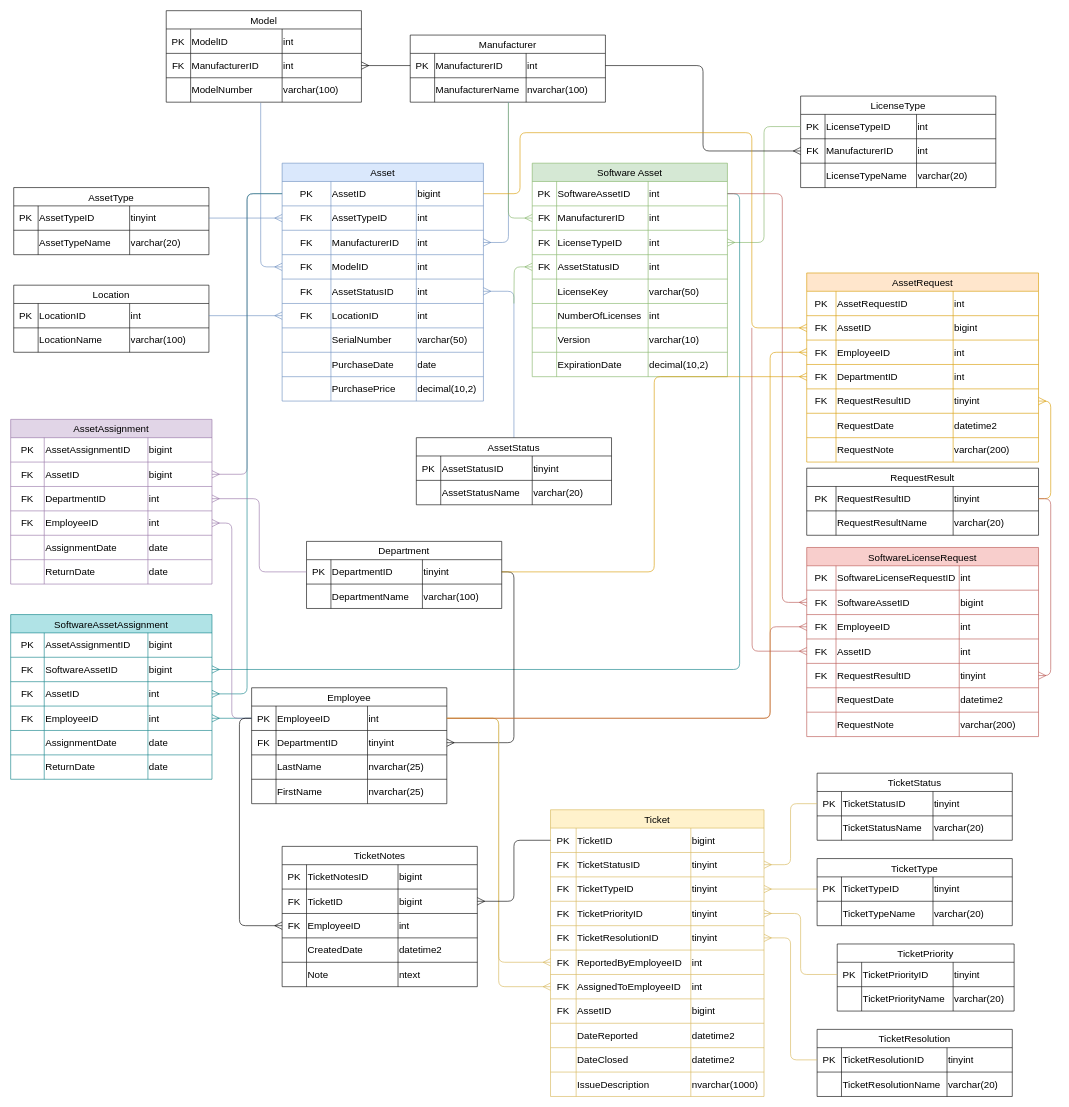
TRed91/ITAssetTracking keeps this draw.io diagram as Wireframes/ERD.drawio. Above is the earlier version. Source tidied: cells renumbered, new cells numbered last; positions are measured from the earlier drawing's top-left corner, leaving out a move shared by most shapes. Both pictures are drawn from the tidied source at 61%, with x=0, y=0 at pixel (10, 10).
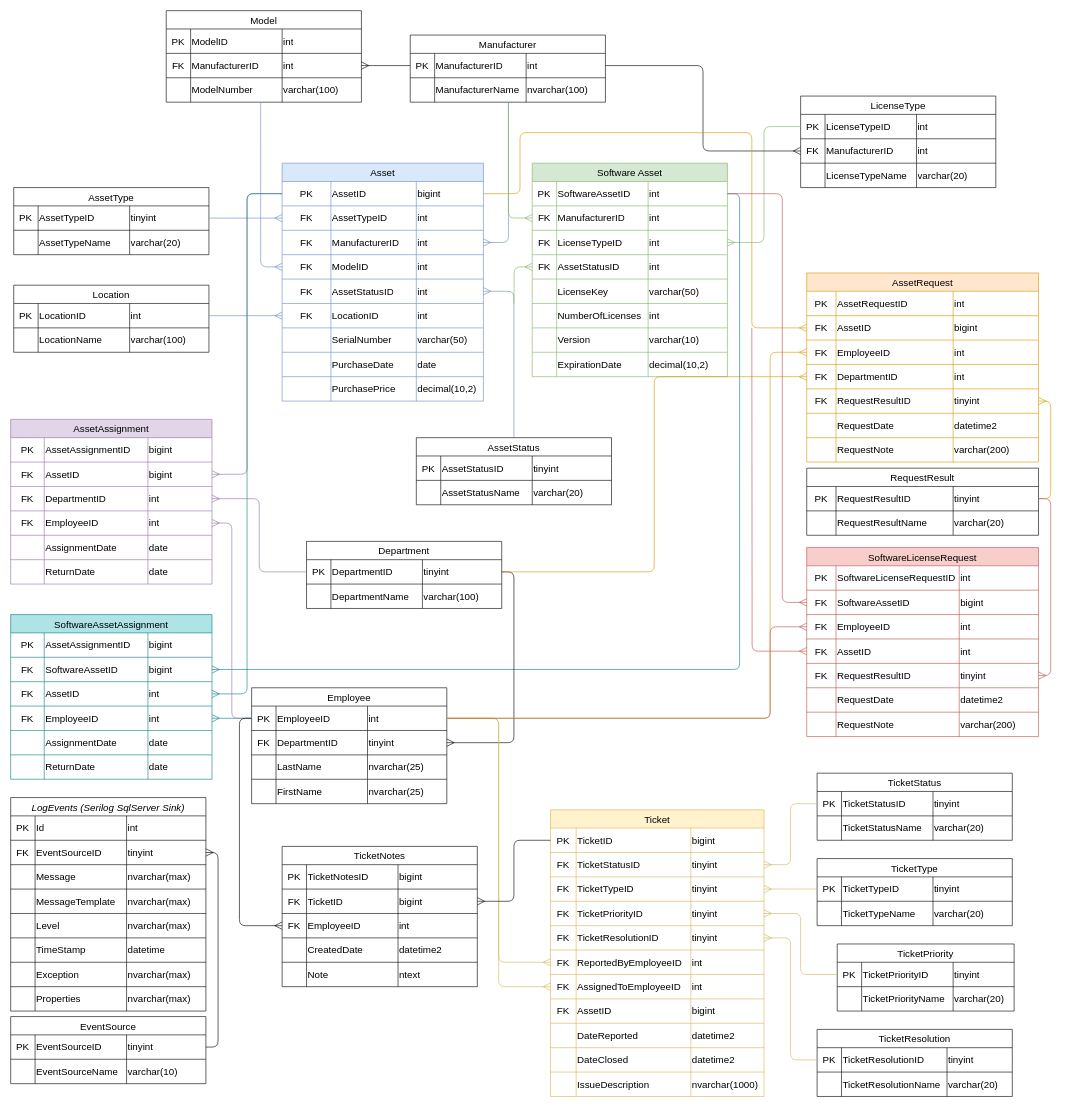
After the change.

Diff of the diagram source:
```diff
@@
+    <mxCell id="412" value="LogEvents (Serilog SqlServer Sink)" style="shape=table;startSize=30;childLayout=tableLayout;strokeColor=default;fontSize=16;fontStyle=2;" parent="1" vertex="1">
+      <mxGeometry y="1290" width="320" height="350" as="geometry" />
+    </mxCell>
+    <mxCell id="413" style="shape=tableRow;horizontal=0;startSize=0;swimlaneHead=0;swimlaneBody=0;strokeColor=inherit;top=0;left=0;bottom=0;right=0;fillColor=none;fontSize=16;" parent="412" vertex="1">
+      <mxGeometry y="30" width="320" height="40" as="geometry" />
+    </mxCell>
+    <mxCell id="414" value="PK" style="shape=partialRectangle;html=1;whiteSpace=wrap;strokeColor=inherit;overflow=hidden;fillColor=none;top=0;left=0;bottom=0;right=0;fontSize=16;" parent="413" vertex="1">
+      <mxGeometry width="40" height="40" as="geometry" />
+    </mxCell>
+    <mxCell id="415" value="Id" style="shape=partialRectangle;html=1;whiteSpace=wrap;strokeColor=inherit;overflow=hidden;fillColor=none;top=0;left=0;bottom=0;right=0;fontSize=16;align=left;" parent="413" vertex="1">
+      <mxGeometry x="40" width="150" height="40" as="geometry" />
+    </mxCell>
+    <mxCell id="416" value="int" style="shape=partialRectangle;html=1;whiteSpace=wrap;strokeColor=inherit;overflow=hidden;fillColor=none;top=0;left=0;bottom=0;right=0;fontSize=16;align=left;" parent="413" vertex="1">
+      <mxGeometry x="190" width="130" height="40" as="geometry" />
+    </mxCell>
+    <mxCell id="417" style="shape=tableRow;horizontal=0;startSize=0;swimlaneHead=0;swimlaneBody=0;strokeColor=inherit;top=0;left=0;bottom=0;right=0;fillColor=none;points=[[0,0.5],[1,0.5]];portConstraint=eastwest;fontSize=16;" parent="412" vertex="1">
+      <mxGeometry y="70" width="320" height="40" as="geometry" />
+    </mxCell>
+    <mxCell id="418" value="FK" style="shape=partialRectangle;html=1;whiteSpace=wrap;strokeColor=inherit;overflow=hidden;fillColor=none;top=0;left=0;bottom=0;right=0;fontSize=16;" parent="417" vertex="1">
+      <mxGeometry width="40" height="40" as="geometry" />
+    </mxCell>
+    <mxCell id="419" value="EventSourceID" style="shape=partialRectangle;html=1;whiteSpace=wrap;strokeColor=inherit;overflow=hidden;fillColor=none;top=0;left=0;bottom=0;right=0;fontSize=16;align=left;" parent="417" vertex="1">
+      <mxGeometry x="40" width="150" height="40" as="geometry" />
+    </mxCell>
+    <mxCell id="420" value="tinyint" style="shape=partialRectangle;html=1;whiteSpace=wrap;strokeColor=inherit;overflow=hidden;fillColor=none;top=0;left=0;bottom=0;right=0;fontSize=16;align=left;" parent="417" vertex="1">
+      <mxGeometry x="190" width="130" height="40" as="geometry" />
+    </mxCell>
+    <mxCell id="421" style="shape=tableRow;horizontal=0;startSize=0;swimlaneHead=0;swimlaneBody=0;strokeColor=inherit;top=0;left=0;bottom=0;right=0;fillColor=none;fontSize=16;" parent="412" vertex="1">
+      <mxGeometry y="110" width="320" height="40" as="geometry" />
+    </mxCell>
+    <mxCell id="422" style="shape=partialRectangle;html=1;whiteSpace=wrap;strokeColor=inherit;overflow=hidden;fillColor=none;top=0;left=0;bottom=0;right=0;fontSize=16;" parent="421" vertex="1">
+      <mxGeometry width="40" height="40" as="geometry" />
+    </mxCell>
+    <mxCell id="423" value="Message" style="shape=partialRectangle;html=1;whiteSpace=wrap;strokeColor=inherit;overflow=hidden;fillColor=none;top=0;left=0;bottom=0;right=0;fontSize=16;align=left;" parent="421" vertex="1">
+      <mxGeometry x="40" width="150" height="40" as="geometry" />
+    </mxCell>
+    <mxCell id="424" value="nvarchar(max)" style="shape=partialRectangle;html=1;whiteSpace=wrap;strokeColor=inherit;overflow=hidden;fillColor=none;top=0;left=0;bottom=0;right=0;fontSize=16;align=left;" parent="421" vertex="1">
+      <mxGeometry x="190" width="130" height="40" as="geometry" />
+    </mxCell>
+    <mxCell id="425" style="shape=tableRow;horizontal=0;startSize=0;swimlaneHead=0;swimlaneBody=0;strokeColor=inherit;top=0;left=0;bottom=0;right=0;fillColor=none;fontSize=16;" parent="412" vertex="1">
+      <mxGeometry y="150" width="320" height="40" as="geometry" />
+    </mxCell>
+    <mxCell id="426" style="shape=partialRectangle;html=1;whiteSpace=wrap;strokeColor=inherit;overflow=hidden;fillColor=none;top=0;left=0;bottom=0;right=0;fontSize=16;" parent="425" vertex="1">
+      <mxGeometry width="40" height="40" as="geometry" />
+    </mxCell>
+    <mxCell id="427" value="MessageTemplate" style="shape=partialRectangle;html=1;whiteSpace=wrap;strokeColor=inherit;overflow=hidden;fillColor=none;top=0;left=0;bottom=0;right=0;fontSize=16;align=left;" parent="425" vertex="1">
+      <mxGeometry x="40" width="150" height="40" as="geometry" />
+    </mxCell>
+    <mxCell id="428" value="nvarchar(max)" style="shape=partialRectangle;html=1;whiteSpace=wrap;strokeColor=inherit;overflow=hidden;fillColor=none;top=0;left=0;bottom=0;right=0;fontSize=16;align=left;" parent="425" vertex="1">
+      <mxGeometry x="190" width="130" height="40" as="geometry" />
+    </mxCell>
+    <mxCell id="429" style="shape=tableRow;horizontal=0;startSize=0;swimlaneHead=0;swimlaneBody=0;strokeColor=inherit;top=0;left=0;bottom=0;right=0;fillColor=none;fontSize=16;" parent="412" vertex="1">
+      <mxGeometry y="190" width="320" height="40" as="geometry" />
+    </mxCell>
+    <mxCell id="430" style="shape=partialRectangle;html=1;whiteSpace=wrap;strokeColor=inherit;overflow=hidden;fillColor=none;top=0;left=0;bottom=0;right=0;fontSize=16;" parent="429" vertex="1">
+      <mxGeometry width="40" height="40" as="geometry" />
+    </mxCell>
+    <mxCell id="431" value="Level" style="shape=partialRectangle;html=1;whiteSpace=wrap;strokeColor=inherit;overflow=hidden;fillColor=none;top=0;left=0;bottom=0;right=0;fontSize=16;align=left;" parent="429" vertex="1">
+      <mxGeometry x="40" width="150" height="40" as="geometry" />
+    </mxCell>
+    <mxCell id="432" value="nvarchar(max)" style="shape=partialRectangle;html=1;whiteSpace=wrap;strokeColor=inherit;overflow=hidden;fillColor=none;top=0;left=0;bottom=0;right=0;fontSize=16;align=left;" parent="429" vertex="1">
+      <mxGeometry x="190" width="130" height="40" as="geometry" />
+    </mxCell>
+    <mxCell id="433" style="shape=tableRow;horizontal=0;startSize=0;swimlaneHead=0;swimlaneBody=0;strokeColor=inherit;top=0;left=0;bottom=0;right=0;fillColor=none;fontSize=16;" parent="412" vertex="1">
+      <mxGeometry y="230" width="320" height="40" as="geometry" />
+    </mxCell>
+    <mxCell id="434" style="shape=partialRectangle;html=1;whiteSpace=wrap;strokeColor=inherit;overflow=hidden;fillColor=none;top=0;left=0;bottom=0;right=0;fontSize=16;" parent="433" vertex="1">
+      <mxGeometry width="40" height="40" as="geometry" />
+    </mxCell>
+    <mxCell id="435" value="TimeStamp" style="shape=partialRectangle;html=1;whiteSpace=wrap;strokeColor=inherit;overflow=hidden;fillColor=none;top=0;left=0;bottom=0;right=0;fontSize=16;align=left;" parent="433" vertex="1">
+      <mxGeometry x="40" width="150" height="40" as="geometry" />
+    </mxCell>
+    <mxCell id="436" value="datetime" style="shape=partialRectangle;html=1;whiteSpace=wrap;strokeColor=inherit;overflow=hidden;fillColor=none;top=0;left=0;bottom=0;right=0;fontSize=16;align=left;" parent="433" vertex="1">
+      <mxGeometry x="190" width="130" height="40" as="geometry" />
+    </mxCell>
+    <mxCell id="437" style="shape=tableRow;horizontal=0;startSize=0;swimlaneHead=0;swimlaneBody=0;strokeColor=inherit;top=0;left=0;bottom=0;right=0;fillColor=none;fontSize=16;" parent="412" vertex="1">
+      <mxGeometry y="270" width="320" height="40" as="geometry" />
+    </mxCell>
+    <mxCell id="438" style="shape=partialRectangle;html=1;whiteSpace=wrap;strokeColor=inherit;overflow=hidden;fillColor=none;top=0;left=0;bottom=0;right=0;fontSize=16;" parent="437" vertex="1">
+      <mxGeometry width="40" height="40" as="geometry" />
+    </mxCell>
+    <mxCell id="439" value="Exception" style="shape=partialRectangle;html=1;whiteSpace=wrap;strokeColor=inherit;overflow=hidden;fillColor=none;top=0;left=0;bottom=0;right=0;fontSize=16;align=left;" parent="437" vertex="1">
+      <mxGeometry x="40" width="150" height="40" as="geometry" />
+    </mxCell>
+    <mxCell id="440" value="nvarchar(max)" style="shape=partialRectangle;html=1;whiteSpace=wrap;strokeColor=inherit;overflow=hidden;fillColor=none;top=0;left=0;bottom=0;right=0;fontSize=16;align=left;" parent="437" vertex="1">
+      <mxGeometry x="190" width="130" height="40" as="geometry" />
+    </mxCell>
+    <mxCell id="441" style="shape=tableRow;horizontal=0;startSize=0;swimlaneHead=0;swimlaneBody=0;strokeColor=inherit;top=0;left=0;bottom=0;right=0;fillColor=none;fontSize=16;" parent="412" vertex="1">
+      <mxGeometry y="310" width="320" height="40" as="geometry" />
+    </mxCell>
+    <mxCell id="442" style="shape=partialRectangle;html=1;whiteSpace=wrap;strokeColor=inherit;overflow=hidden;fillColor=none;top=0;left=0;bottom=0;right=0;fontSize=16;" parent="441" vertex="1">
+      <mxGeometry width="40" height="40" as="geometry" />
+    </mxCell>
+    <mxCell id="443" value="Properties" style="shape=partialRectangle;html=1;whiteSpace=wrap;strokeColor=inherit;overflow=hidden;fillColor=none;top=0;left=0;bottom=0;right=0;fontSize=16;align=left;" parent="441" vertex="1">
+      <mxGeometry x="40" width="150" height="40" as="geometry" />
+    </mxCell>
+    <mxCell id="444" value="nvarchar(max)" style="shape=partialRectangle;html=1;whiteSpace=wrap;strokeColor=inherit;overflow=hidden;fillColor=none;top=0;left=0;bottom=0;right=0;fontSize=16;align=left;" parent="441" vertex="1">
+      <mxGeometry x="190" width="130" height="40" as="geometry" />
+    </mxCell>
+    <mxCell id="445" value="EventSource" style="shape=table;startSize=30;childLayout=tableLayout;strokeColor=default;fontSize=16;" parent="1" vertex="1">
+      <mxGeometry y="1649" width="320" height="110" as="geometry" />
+    </mxCell>
+    <mxCell id="446" style="shape=tableRow;horizontal=0;startSize=0;swimlaneHead=0;swimlaneBody=0;strokeColor=inherit;top=0;left=0;bottom=0;right=0;fillColor=none;points=[[0,0.5],[1,0.5]];portConstraint=eastwest;fontSize=16;" parent="445" vertex="1">
+      <mxGeometry y="30" width="320" height="40" as="geometry" />
+    </mxCell>
+    <mxCell id="447" value="PK" style="shape=partialRectangle;html=1;whiteSpace=wrap;strokeColor=inherit;overflow=hidden;fillColor=none;top=0;left=0;bottom=0;right=0;fontSize=16;" parent="446" vertex="1">
+      <mxGeometry width="40" height="40" as="geometry" />
+    </mxCell>
+    <mxCell id="448" value="EventSourceID" style="shape=partialRectangle;html=1;whiteSpace=wrap;strokeColor=inherit;overflow=hidden;fillColor=none;top=0;left=0;bottom=0;right=0;fontSize=16;align=left;" parent="446" vertex="1">
+      <mxGeometry x="40" width="150" height="40" as="geometry" />
+    </mxCell>
+    <mxCell id="449" value="tinyint" style="shape=partialRectangle;html=1;whiteSpace=wrap;strokeColor=inherit;overflow=hidden;fillColor=none;top=0;left=0;bottom=0;right=0;fontSize=16;align=left;" parent="446" vertex="1">
+      <mxGeometry x="190" width="130" height="40" as="geometry" />
+    </mxCell>
+    <mxCell id="450" style="shape=tableRow;horizontal=0;startSize=0;swimlaneHead=0;swimlaneBody=0;strokeColor=inherit;top=0;left=0;bottom=0;right=0;fillColor=none;fontSize=16;" parent="445" vertex="1">
+      <mxGeometry y="70" width="320" height="40" as="geometry" />
+    </mxCell>
+    <mxCell id="451" style="shape=partialRectangle;html=1;whiteSpace=wrap;strokeColor=inherit;overflow=hidden;fillColor=none;top=0;left=0;bottom=0;right=0;fontSize=16;" parent="450" vertex="1">
+      <mxGeometry width="40" height="40" as="geometry" />
+    </mxCell>
+    <mxCell id="452" value="EventSourceName" style="shape=partialRectangle;html=1;whiteSpace=wrap;strokeColor=inherit;overflow=hidden;fillColor=none;top=0;left=0;bottom=0;right=0;fontSize=16;align=left;" parent="450" vertex="1">
+      <mxGeometry x="40" width="150" height="40" as="geometry" />
+    </mxCell>
+    <mxCell id="453" value="varchar(10)" style="shape=partialRectangle;html=1;whiteSpace=wrap;strokeColor=inherit;overflow=hidden;fillColor=none;top=0;left=0;bottom=0;right=0;fontSize=16;align=left;" parent="450" vertex="1">
+      <mxGeometry x="190" width="130" height="40" as="geometry" />
+    </mxCell>
+    <mxCell id="454" style="edgeStyle=orthogonalEdgeStyle;rounded=1;jettySize=auto;html=1;exitX=1;exitY=0.5;exitDx=0;exitDy=0;endArrow=ERmany;endFill=0;startSize=10;endSize=10;curved=0;" parent="1" edge="1" source="446" target="417">
+      <mxGeometry relative="1" as="geometry" />
+    </mxCell>
```
